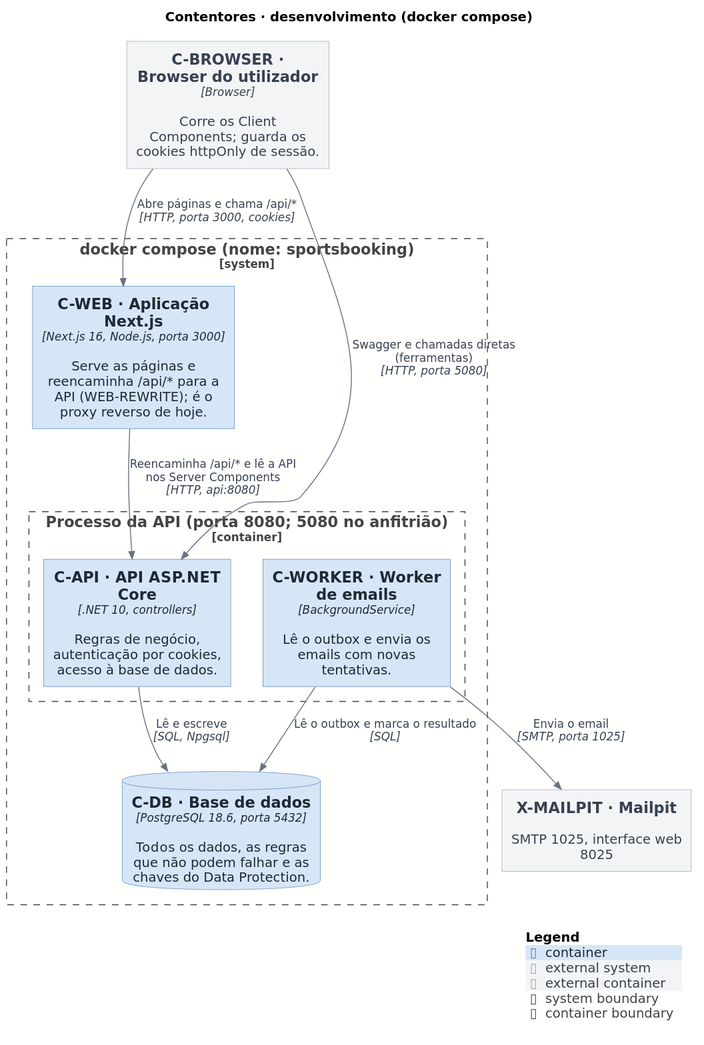
rodrigo4sousa/SportsEstablishments keeps this PlantUML diagram as docs/architecture/out/02-containers-dev.svg. Above is the earlier version.
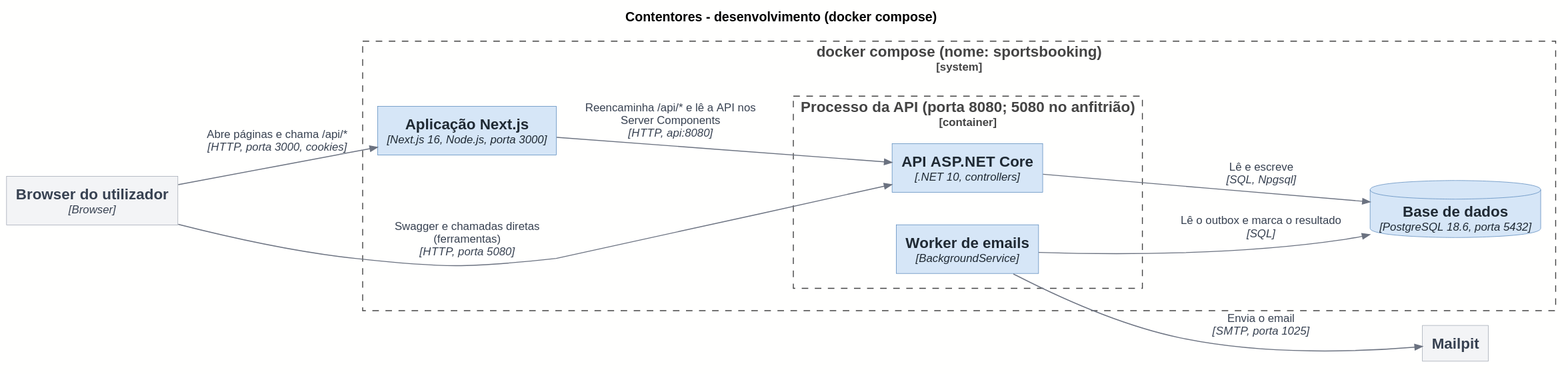
Above is the later version.

What changed in the source:
```diff
@@ -2,22 +2,22 @@
 !include <C4/C4_Container>
 !include ../style.puml
 
-title Contentores · desenvolvimento (docker compose)
+title Contentores - desenvolvimento (docker compose)
 
-LAYOUT_TOP_DOWN()
+LAYOUT_LEFT_RIGHT()
 
-Container_Ext(C_BROWSER, "C-BROWSER · Browser do utilizador", "Browser", "Corre os Client Components; guarda os cookies httpOnly de sessão.")
+Container_Ext(C_BROWSER, "Browser do utilizador", "Browser")
 
 System_Boundary(COMPOSE, "docker compose (nome: sportsbooking)") {
-  Container(C_WEB, "C-WEB · Aplicação Next.js", "Next.js 16, Node.js, porta 3000", "Serve as páginas e reencaminha /api/* para a API (WEB-REWRITE); é o proxy reverso de hoje.")
+  Container(C_WEB, "Aplicação Next.js", "Next.js 16, Node.js, porta 3000")
   Container_Boundary(B_API, "Processo da API (porta 8080; 5080 no anfitrião)") {
-    Container(C_API, "C-API · API ASP.NET Core", ".NET 10, controllers", "Regras de negócio, autenticação por cookies, acesso à base de dados.")
-    Container(C_WORKER, "C-WORKER · Worker de emails", "BackgroundService", "Lê o outbox e envia os emails com novas tentativas.")
+    Container(C_API, "API ASP.NET Core", ".NET 10, controllers")
+    Container(C_WORKER, "Worker de emails", "BackgroundService")
   }
-  ContainerDb(C_DB, "C-DB · Base de dados", "PostgreSQL 18.6, porta 5432", "Todos os dados, as regras que não podem falhar e as chaves do Data Protection.")
+  ContainerDb(C_DB, "Base de dados", "PostgreSQL 18.6, porta 5432")
 }
 
-System_Ext(X_MAILPIT, "X-MAILPIT · Mailpit", "SMTP 1025, interface web 8025")
+System_Ext(X_MAILPIT, "Mailpit")
 
 Rel(C_BROWSER, C_WEB, $plain("Abre páginas e chama /api/*"), "HTTP, porta 3000, cookies")
 Rel(C_WEB, C_API, $plain("Reencaminha /api/* e lê a API nos Server Components"), "HTTP, api:8080")
@@ -25,6 +25,4 @@
 Rel(C_API, C_DB, $plain("Lê e escreve"), "SQL, Npgsql")
 Rel(C_WORKER, C_DB, $plain("Lê o outbox e marca o resultado"), "SQL")
 Rel(C_WORKER, X_MAILPIT, $plain("Envia o email"), "SMTP, porta 1025")
-
-SHOW_LEGEND()
 @enduml
```
